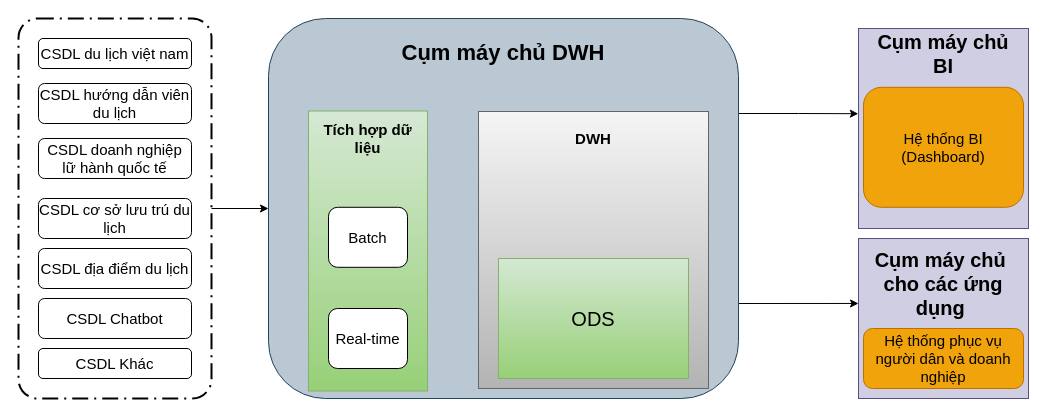
This is page "Page-2" (2 of 2) of so-do-draw/tcdl.drawio from letheanh12345/Draw-io, a draw.io file, before an edit. Source tidied: cells renumbered, new cells numbered last; positions are measured from the earlier drawing's top-left corner, leaving out a move shared by most shapes. Both pictures are drawn from the tidied source at 100%, with x=0, y=0 at pixel (18, 18).
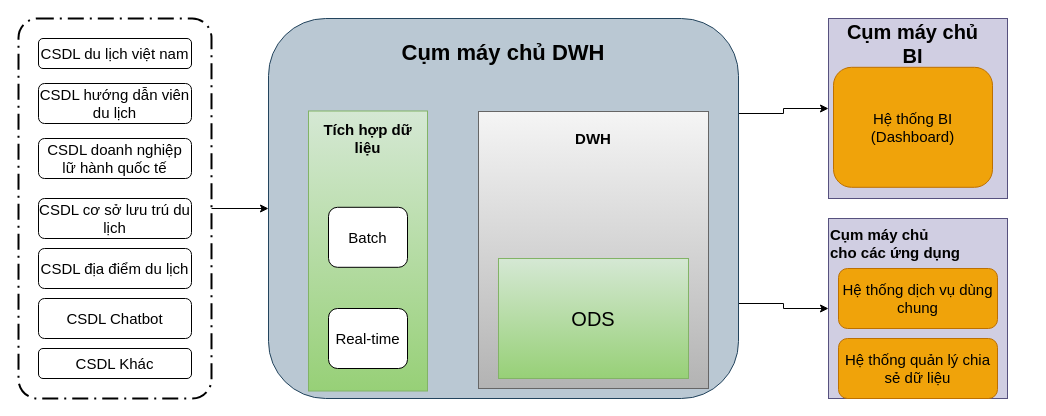
The same page after the edit.

The change refers to these unchanged cells:
```xml
<mxCell id="6" style="rounded=1;whiteSpace=wrap;html=1;fillColor=#bac8d3;strokeColor=#23445d;" parent="1" vertex="1">
  <mxGeometry x="250" width="470" height="380" as="geometry" />
</mxCell>
```

What changed in the source:
```diff
@@
-    <mxCell id="4" style="edgeStyle=orthogonalEdgeStyle;rounded=0;jettySize=auto;html=1;exitX=1;exitY=0.25;exitDx=0;exitDy=0;entryX=-0.001;entryY=0.426;entryDx=0;entryDy=0;entryPerimeter=0;" parent="1" edge="1" source="6" target="19">
+    <mxCell id="4" style="edgeStyle=orthogonalEdgeStyle;rounded=0;jettySize=auto;html=1;exitX=1;exitY=0.25;exitDx=0;exitDy=0;entryX=0;entryY=0.5;entryDx=0;entryDy=0;fontSize=15;" parent="1" edge="1" source="6" target="19">
       <mxGeometry relative="1" as="geometry" />
     </mxCell>
-    <mxCell id="5" style="edgeStyle=orthogonalEdgeStyle;rounded=0;jettySize=auto;html=1;exitX=1;exitY=0.75;exitDx=0;exitDy=0;entryX=0;entryY=0.406;entryDx=0;entryDy=0;entryPerimeter=0;" parent="1" edge="1" source="6" target="22">
+    <mxCell id="5" style="edgeStyle=orthogonalEdgeStyle;rounded=0;jettySize=auto;html=1;exitX=1;exitY=0.75;exitDx=0;exitDy=0;entryX=0;entryY=0.5;entryDx=0;entryDy=0;fontSize=15;" parent="1" edge="1" source="6" target="22">
       <mxGeometry relative="1" as="geometry" />
     </mxCell>
@@
     <mxCell id="19" style="rounded=0;whiteSpace=wrap;html=1;fontSize=15;fillColor=#d0cee2;strokeColor=#56517e;" parent="1" vertex="1">
-      <mxGeometry x="840" y="10" width="170" height="200" as="geometry" />
+      <mxGeometry x="810" width="179" height="180" as="geometry" />
     </mxCell>
     <mxCell id="20" value="&lt;b&gt;&lt;font style=&quot;font-size: 20px;&quot;&gt;Cụm máy chủ BI&lt;/font&gt;&lt;/b&gt;" style="text;html=1;strokeColor=none;fillColor=none;align=center;verticalAlign=middle;whiteSpace=wrap;rounded=0;fontSize=15;" parent="1" vertex="1">
-      <mxGeometry x="850" y="10" width="150" height="50" as="geometry" />
+      <mxGeometry x="820" width="149" height="50" as="geometry" />
     </mxCell>
     <mxCell id="21" value="Hệ thống BI (Dashboard)" style="rounded=1;whiteSpace=wrap;html=1;fontSize=15;fillColor=#f0a30a;fontColor=#000000;strokeColor=#BD7000;" parent="1" vertex="1">
-      <mxGeometry x="845" y="68.8" width="160" height="120" as="geometry" />
+      <mxGeometry x="815" y="48.8" width="159" height="120" as="geometry" />
     </mxCell>
     <mxCell id="22" style="rounded=0;whiteSpace=wrap;html=1;fontSize=15;fillColor=#d0cee2;strokeColor=#56517e;" parent="1" vertex="1">
-      <mxGeometry x="840" y="220" width="170" height="160" as="geometry" />
+      <mxGeometry x="810" y="200" width="179" height="180" as="geometry" />
     </mxCell>
-    <mxCell id="23" value="&lt;b&gt;&lt;font style=&quot;font-size: 20px;&quot;&gt;Cụm máy chủ&amp;nbsp;&lt;br&gt;cho các ứng dụng&amp;nbsp;&lt;br&gt;&lt;/font&gt;&lt;/b&gt;" style="text;html=1;strokeColor=none;fillColor=none;align=center;verticalAlign=middle;whiteSpace=wrap;rounded=0;fontSize=15;" parent="1" vertex="1">
-      <mxGeometry x="850" y="230" width="150" height="70" as="geometry" />
+    <mxCell id="23" value="&lt;div style=&quot;&quot;&gt;&lt;b style=&quot;background-color: initial;&quot;&gt;Cụm máy chủ&amp;nbsp;&lt;/b&gt;&lt;/div&gt;&lt;b&gt;&lt;div style=&quot;&quot;&gt;&lt;b style=&quot;background-color: initial;&quot;&gt;cho các ứng dụng&amp;nbsp;&lt;/b&gt;&lt;/div&gt;&lt;/b&gt;" style="text;html=1;strokeColor=none;fillColor=none;align=left;verticalAlign=middle;whiteSpace=wrap;rounded=0;fontSize=15;" parent="1" vertex="1">
+      <mxGeometry x="810" y="210" width="169" height="30" as="geometry" />
     </mxCell>
-    <mxCell id="24" value="Hệ thống phục vụ người dân và doanh nghiệp" style="rounded=1;whiteSpace=wrap;html=1;fontSize=15;fillColor=#f0a30a;fontColor=#000000;strokeColor=#BD7000;" parent="1" vertex="1">
-      <mxGeometry x="845" y="310" width="160" height="60" as="geometry" />
+    <mxCell id="24" value="Hệ thống dịch vụ dùng chung" style="rounded=1;whiteSpace=wrap;html=1;fontSize=15;fillColor=#f0a30a;fontColor=#000000;strokeColor=#BD7000;" parent="1" vertex="1">
+      <mxGeometry x="820" y="250" width="159" height="60" as="geometry" />
     </mxCell>
@@
+    <mxCell id="28" value="Hệ thống quản lý chia sẻ dữ liệu" style="rounded=1;whiteSpace=wrap;html=1;fontSize=15;fillColor=#f0a30a;fontColor=#000000;strokeColor=#BD7000;" parent="1" vertex="1">
+      <mxGeometry x="820" y="320" width="159" height="60" as="geometry" />
+    </mxCell>
```
